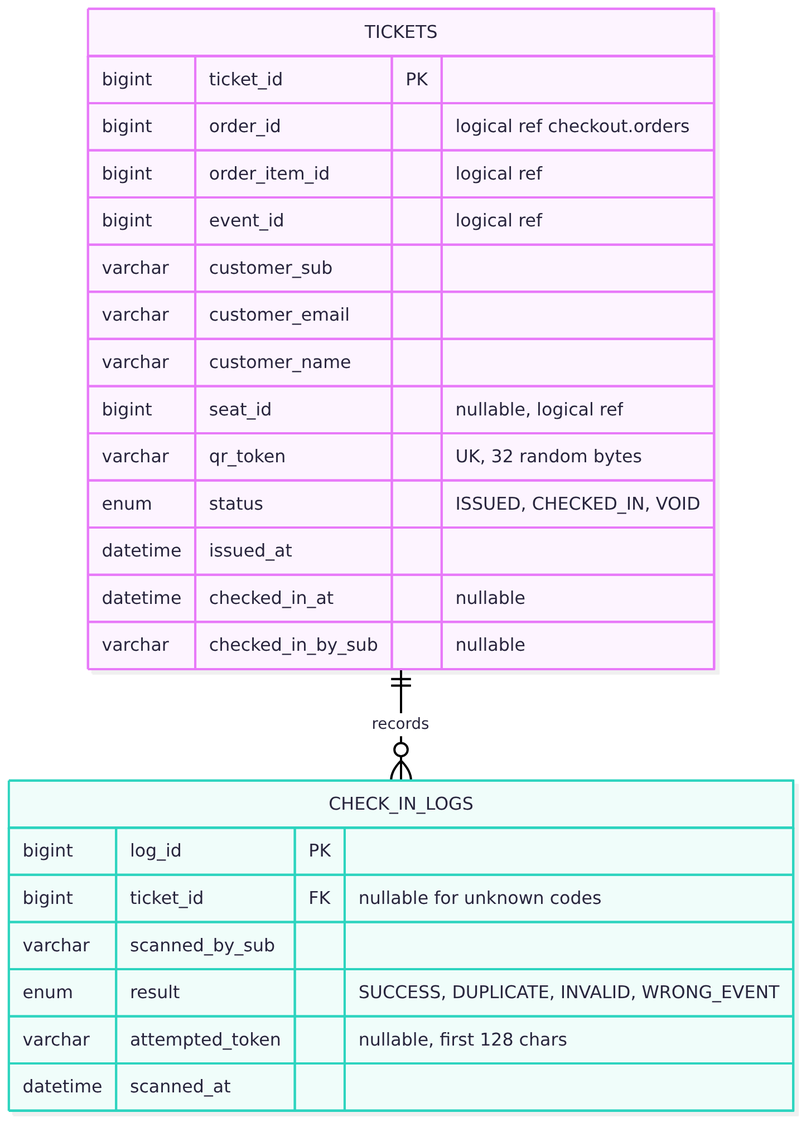
Earlier version of the Mermaid export diagrams/rendered/12-erd-ticketing.png (nus-mtech-grp1-sem2/docs). Its source is kept beside it as diagrams/src/12-erd-ticketing.mmd. Its diagram source:
```mermaid
erDiagram
    TICKETS ||--o{ CHECK_IN_LOGS : records
    TICKETS {
        bigint ticket_id PK
        bigint order_id "logical ref checkout.orders"
        bigint order_item_id "logical ref"
        bigint event_id "logical ref"
        varchar customer_sub
        varchar customer_email
        varchar customer_name
        bigint seat_id "nullable, logical ref"
        varchar qr_token "UK, 32 random bytes"
        enum status "ISSUED, CHECKED_IN, VOID"
        datetime issued_at
        datetime checked_in_at "nullable"
        varchar checked_in_by_sub "nullable"
    }
    CHECK_IN_LOGS {
        bigint log_id PK
        bigint ticket_id FK "nullable for unknown codes"
        varchar scanned_by_sub
        enum result "SUCCESS, DUPLICATE, INVALID, WRONG_EVENT"
        varchar attempted_token "nullable, first 128 chars"
        datetime scanned_at
    }
```
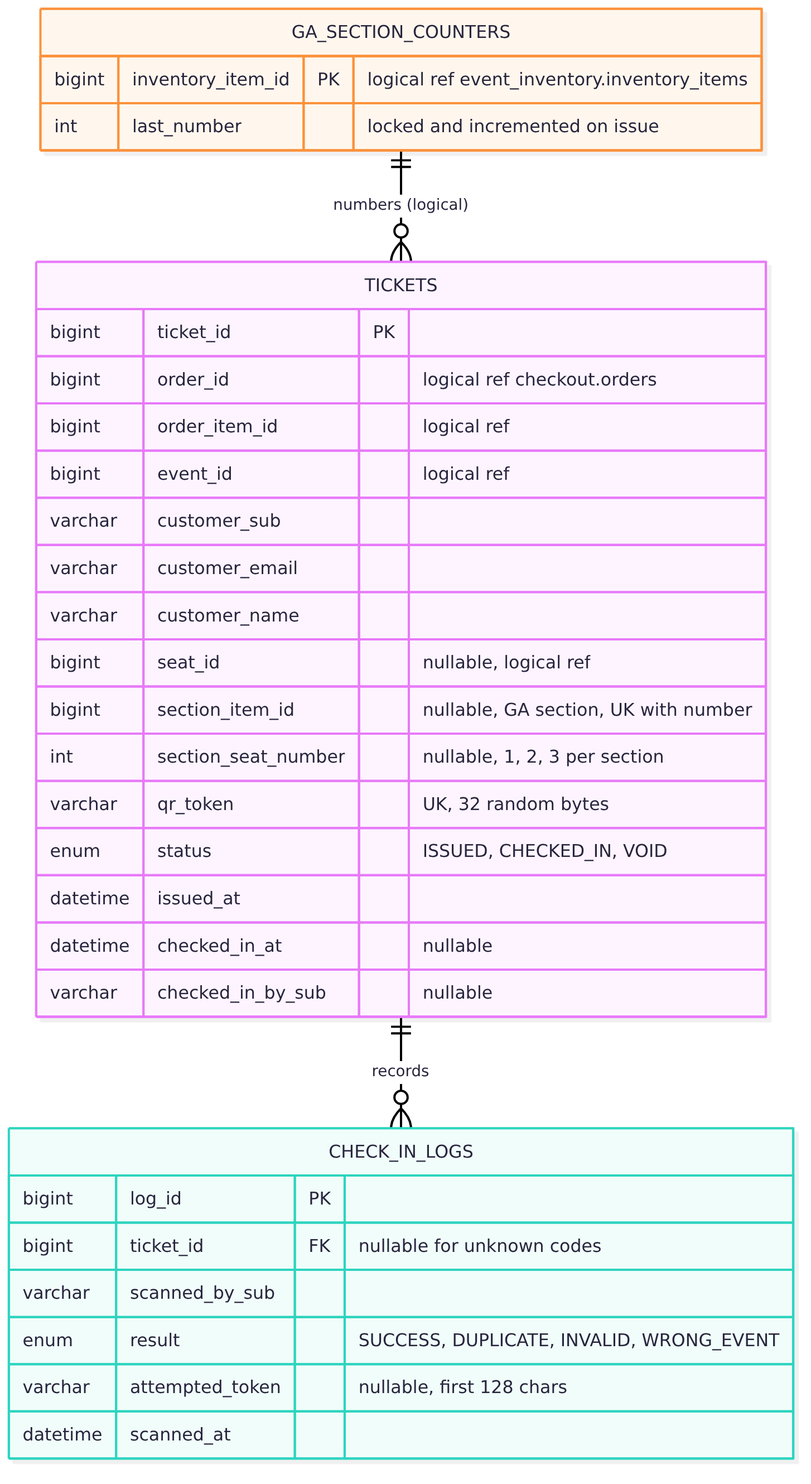
Later version of the same file.

The edit, as a diff of the source:
```diff
@@ -1,5 +1,6 @@
 erDiagram
     TICKETS ||--o{ CHECK_IN_LOGS : records
+    GA_SECTION_COUNTERS ||--o{ TICKETS : "numbers (logical)"
     TICKETS {
         bigint ticket_id PK
         bigint order_id "logical ref checkout.orders"
@@ -9,6 +10,8 @@
         varchar customer_email
         varchar customer_name
         bigint seat_id "nullable, logical ref"
+        bigint section_item_id "nullable, GA section, UK with number"
+        int section_seat_number "nullable, 1, 2, 3 per section"
         varchar qr_token "UK, 32 random bytes"
         enum status "ISSUED, CHECKED_IN, VOID"
         datetime issued_at
@@ -23,3 +26,7 @@
         varchar attempted_token "nullable, first 128 chars"
         datetime scanned_at
     }
+    GA_SECTION_COUNTERS {
+        bigint inventory_item_id PK "logical ref event_inventory.inventory_items"
+        int last_number "locked and incremented on issue"
+    }
```
